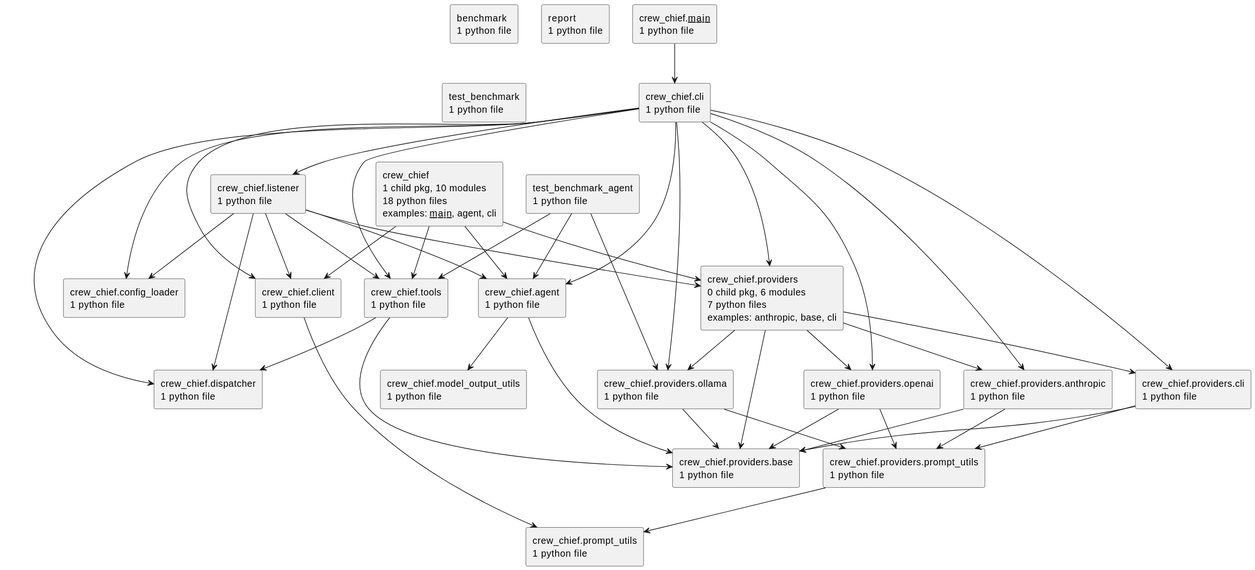
The PlantUML diagram docs/diagrams/python-packages.puml.svg in casonk/crew-chief, before a commit.
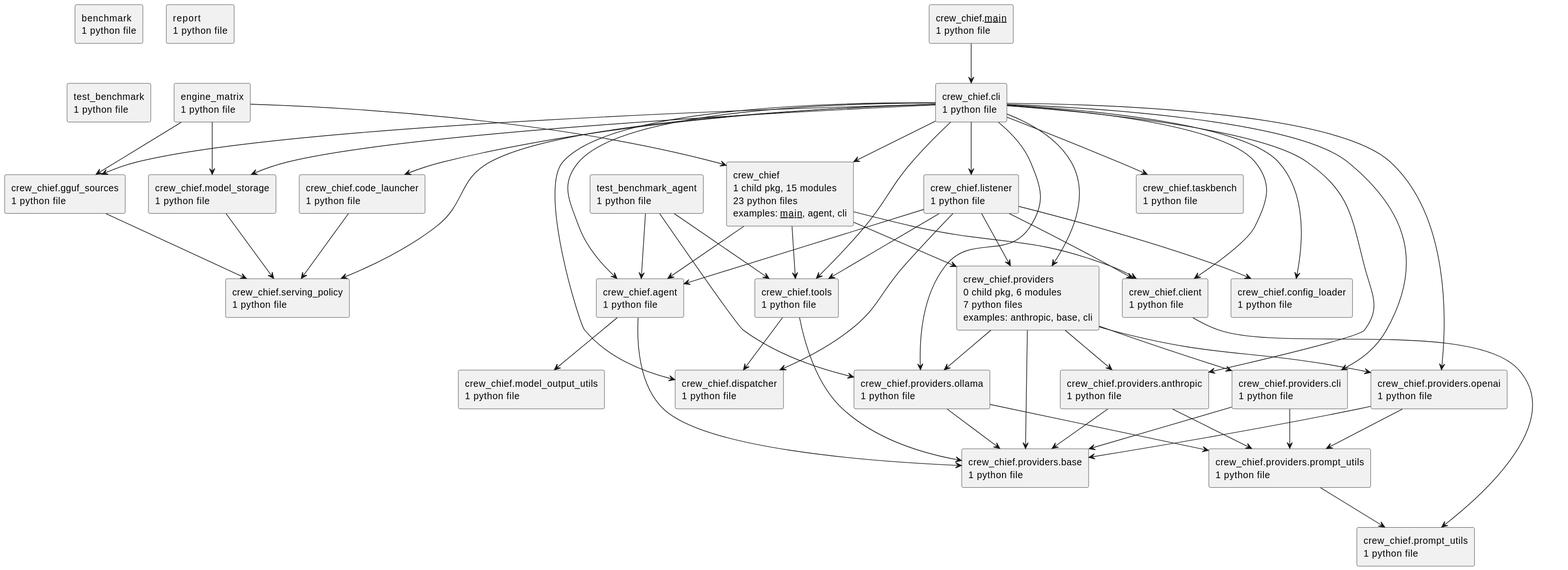
Later version of the same file.

Diff of the diagram source:
```diff
@@ -3,15 +3,18 @@
 top to bottom direction
 skinparam componentStyle rectangle
 rectangle "benchmark\n1 python file" as benchmark
-rectangle "crew_chief\n1 child pkg, 10 modules\n18 python files\nexamples: __main__, agent, cli" as crew_chief
+rectangle "crew_chief\n1 child pkg, 15 modules\n23 python files\nexamples: __main__, agent, cli" as crew_chief
 rectangle "crew_chief.__main__\n1 python file" as crew_chief.__main__
 rectangle "crew_chief.agent\n1 python file" as crew_chief.agent
 rectangle "crew_chief.cli\n1 python file" as crew_chief.cli
 rectangle "crew_chief.client\n1 python file" as crew_chief.client
+rectangle "crew_chief.code_launcher\n1 python file" as crew_chief.code_launcher
 rectangle "crew_chief.config_loader\n1 python file" as crew_chief.config_loader
 rectangle "crew_chief.dispatcher\n1 python file" as crew_chief.dispatcher
+rectangle "crew_chief.gguf_sources\n1 python file" as crew_chief.gguf_sources
 rectangle "crew_chief.listener\n1 python file" as crew_chief.listener
 rectangle "crew_chief.model_output_utils\n1 python file" as crew_chief.model_output_utils
+rectangle "crew_chief.model_storage\n1 python file" as crew_chief.model_storage
 rectangle "crew_chief.prompt_utils\n1 python file" as crew_chief.prompt_utils
 rectangle "crew_chief.providers\n0 child pkg, 6 modules\n7 python files\nexamples: anthropic, base, cli" as crew_chief.providers
 rectangle "crew_chief.providers.anthropic\n1 python file" as crew_chief.providers.anthropic
@@ -20,7 +23,10 @@
 rectangle "crew_chief.providers.ollama\n1 python file" as crew_chief.providers.ollama
 rectangle "crew_chief.providers.openai\n1 python file" as crew_chief.providers.openai
 rectangle "crew_chief.providers.prompt_utils\n1 python file" as crew_chief.providers.prompt_utils
+rectangle "crew_chief.serving_policy\n1 python file" as crew_chief.serving_policy
+rectangle "crew_chief.taskbench\n1 python file" as crew_chief.taskbench
 rectangle "crew_chief.tools\n1 python file" as crew_chief.tools
+rectangle "engine_matrix\n1 python file" as engine_matrix
 rectangle "report\n1 python file" as report
 rectangle "test_benchmark\n1 python file" as test_benchmark
 rectangle "test_benchmark_agent\n1 python file" as test_benchmark_agent
@@ -31,24 +37,33 @@
 crew_chief.__main__ --> crew_chief.cli
 crew_chief.agent --> crew_chief.model_output_utils
 crew_chief.agent --> crew_chief.providers.base
+crew_chief.cli --> crew_chief
 crew_chief.cli --> crew_chief.agent
 crew_chief.cli --> crew_chief.client
+crew_chief.cli --> crew_chief.code_launcher
 crew_chief.cli --> crew_chief.config_loader
 crew_chief.cli --> crew_chief.dispatcher
+crew_chief.cli --> crew_chief.gguf_sources
 crew_chief.cli --> crew_chief.listener
+crew_chief.cli --> crew_chief.model_storage
 crew_chief.cli --> crew_chief.providers
 crew_chief.cli --> crew_chief.providers.anthropic
 crew_chief.cli --> crew_chief.providers.cli
 crew_chief.cli --> crew_chief.providers.ollama
 crew_chief.cli --> crew_chief.providers.openai
+crew_chief.cli --> crew_chief.serving_policy
+crew_chief.cli --> crew_chief.taskbench
 crew_chief.cli --> crew_chief.tools
 crew_chief.client --> crew_chief.prompt_utils
+crew_chief.code_launcher --> crew_chief.serving_policy
+crew_chief.gguf_sources --> crew_chief.serving_policy
 crew_chief.listener --> crew_chief.agent
 crew_chief.listener --> crew_chief.client
 crew_chief.listener --> crew_chief.config_loader
 crew_chief.listener --> crew_chief.dispatcher
 crew_chief.listener --> crew_chief.providers
 crew_chief.listener --> crew_chief.tools
+crew_chief.model_storage --> crew_chief.serving_policy
 crew_chief.providers --> crew_chief.providers.anthropic
 crew_chief.providers --> crew_chief.providers.base
 crew_chief.providers --> crew_chief.providers.cli
@@ -65,6 +80,9 @@
 crew_chief.providers.prompt_utils --> crew_chief.prompt_utils
 crew_chief.tools --> crew_chief.dispatcher
 crew_chief.tools --> crew_chief.providers.base
+engine_matrix --> crew_chief
+engine_matrix --> crew_chief.gguf_sources
+engine_matrix --> crew_chief.model_storage
 test_benchmark_agent --> crew_chief.agent
 test_benchmark_agent --> crew_chief.providers.ollama
 test_benchmark_agent --> crew_chief.tools
```
